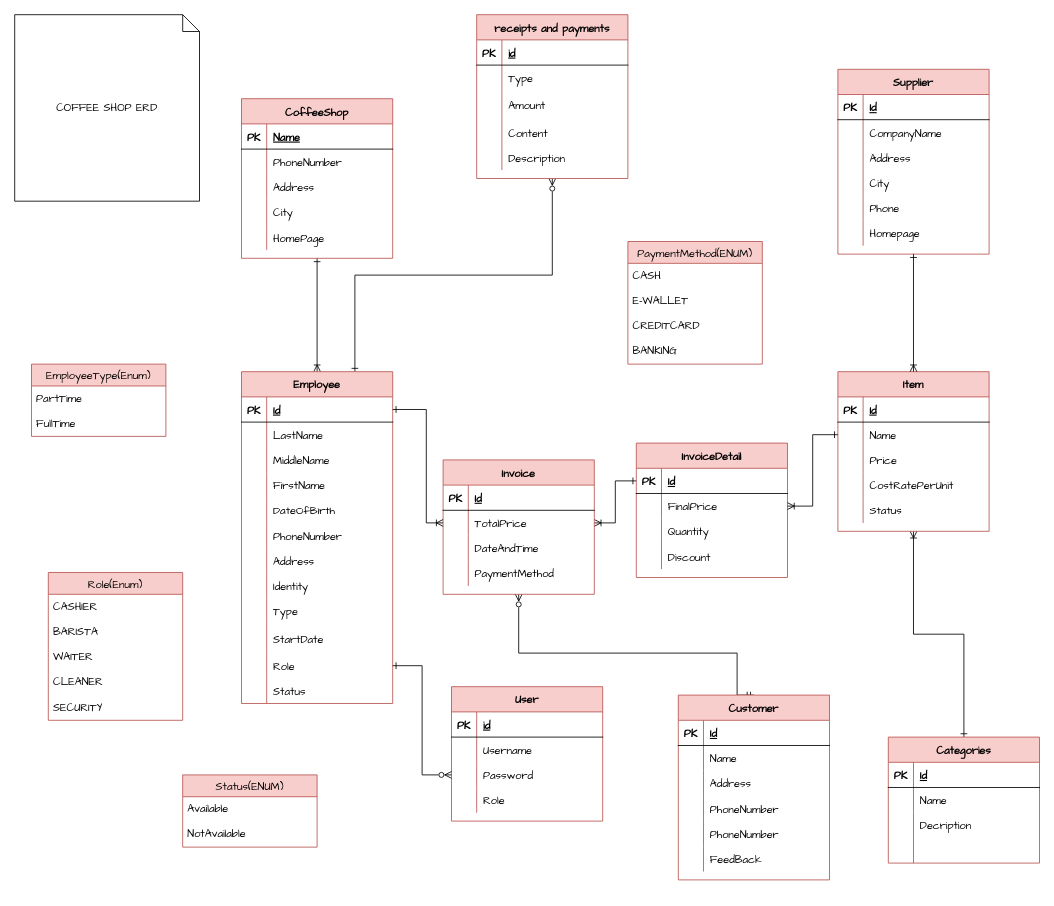
The draw.io diagram CoffeeShopERDFinal.drawio in nht8299/PersonalProject_CoffeeShopManegement, before the edit. Source tidied: cells renumbered, new cells numbered last; positions are measured from the earlier drawing's top-left corner, leaving out a move shared by most shapes. Both pictures are drawn from the tidied source at 84%, with x=0, y=0 at pixel (14, 14).
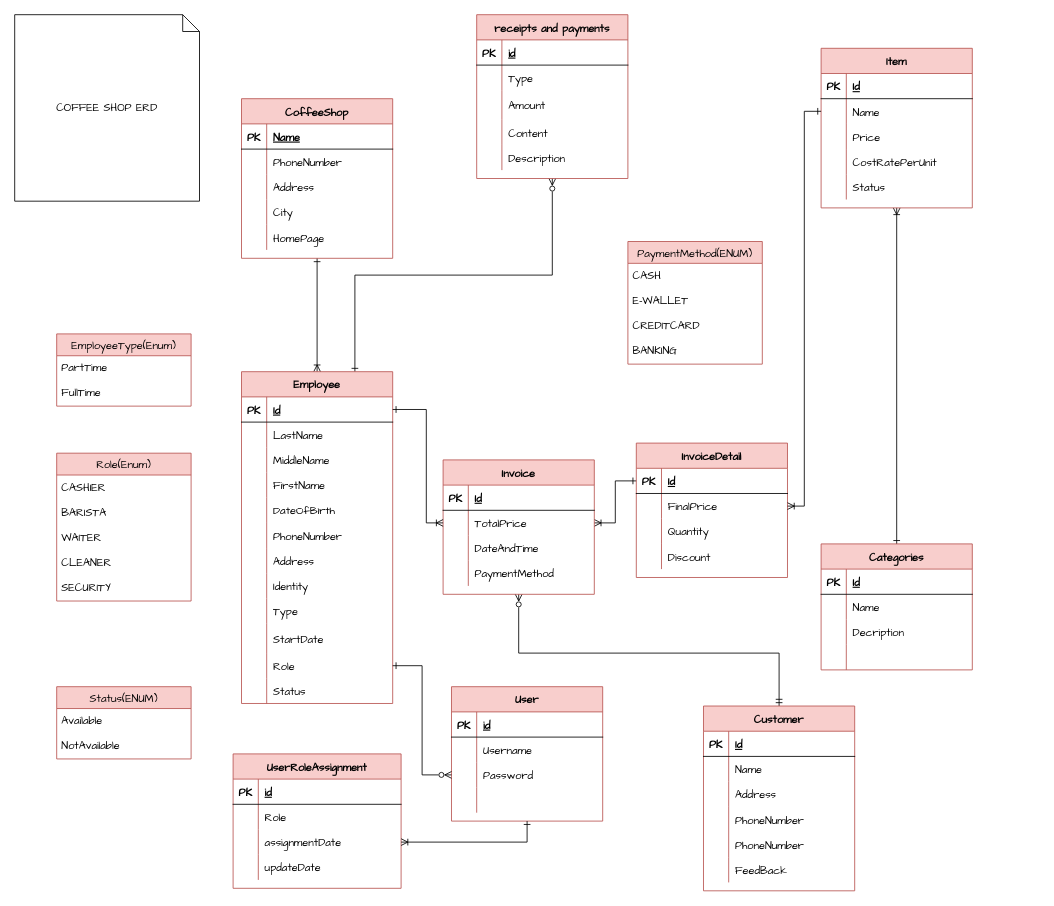
After the change.

Unchanged cells that the change refers to:
```xml
<mxCell id="95" value="Invoice" style="shape=table;startSize=30;childLayout=tableLayout;rowLines=0;fontStyle=1;align=center;fillColor=#f8cecc;strokeColor=#b85450;fontFamily=Comic Sans MS;fontSize=13;" parent="1" vertex="1">
  <mxGeometry x="510" y="530" width="180" height="160" as="geometry" />
</mxCell>
<mxCell id="191" value="User" style="shape=table;startSize=30;childLayout=tableLayout;rowLines=0;fontStyle=1;align=center;fillColor=#f8cecc;strokeColor=#b85450;fontFamily=Comic Sans MS;fontSize=13;" parent="1" vertex="1">
  <mxGeometry x="520" y="800" width="180" height="160" as="geometry" />
</mxCell>
<mxCell id="201" style="shape=tableRow;horizontal=0;startSize=0;swimlaneHead=0;swimlaneBody=0;fillColor=none;top=0;left=0;right=0;bottom=0;fontFamily=Comic Sans MS;fontSize=13;" parent="191" vertex="1">
  <mxGeometry y="120" width="180" height="30" as="geometry" />
</mxCell>
```

Change to the diagram source:
```diff
@@
     <mxCell id="57" style="edgeStyle=orthogonalEdgeStyle;rounded=0;jettySize=auto;html=1;entryX=0.5;entryY=1;entryDx=0;entryDy=0;endArrow=ERzeroToMany;endFill=0;startArrow=ERmandOne;startFill=0;exitX=0.5;exitY=0;exitDx=0;exitDy=0;fontFamily=Comic Sans MS;fontSize=13;" parent="1" edge="1" source="58" target="95">
       <mxGeometry relative="1" as="geometry">
         <Array as="points">
-          <mxPoint x="860" y="760" />
+          <mxPoint x="910" y="760" />
           <mxPoint x="600" y="760" />
         </Array>
       </mxGeometry>
     </mxCell>
     <mxCell id="58" value="Customer" style="shape=table;startSize=30;childLayout=tableLayout;rowLines=0;fontStyle=1;align=center;fillColor=#f8cecc;strokeColor=#b85450;fontFamily=Comic Sans MS;fontSize=13;" parent="1" vertex="1">
-      <mxGeometry x="790" y="810" width="180" height="220" as="geometry" />
+      <mxGeometry x="820" y="823" width="180" height="220" as="geometry" />
     </mxCell>
@@
     <mxCell id="78" value="Item" style="shape=table;startSize=30;childLayout=tableLayout;rowLines=0;fontStyle=1;align=center;fillColor=#f8cecc;strokeColor=#b85450;fontFamily=Comic Sans MS;fontSize=13;" parent="1" vertex="1">
-      <mxGeometry x="980" y="425" width="180" height="190" as="geometry" />
+      <mxGeometry x="960" y="40" width="180" height="190" as="geometry" />
     </mxCell>
@@
-    <mxCell id="108" value="Supplier" style="shape=table;startSize=30;childLayout=tableLayout;rowLines=0;fontStyle=1;align=center;fillColor=#f8cecc;strokeColor=#b85450;fontFamily=Comic Sans MS;fontSize=13;" parent="1" vertex="1">
-      <mxGeometry x="980" y="65" width="180" height="220" as="geometry" />
-    </mxCell>
-    <mxCell id="109" style="shape=tableRow;horizontal=0;startSize=0;swimlaneHead=0;swimlaneBody=0;fillColor=none;top=0;left=0;right=0;bottom=1;fontFamily=Comic Sans MS;fontSize=13;" parent="108" vertex="1">
-      <mxGeometry y="30" width="180" height="30" as="geometry" />
-    </mxCell>
-    <mxCell id="110" value="PK" style="shape=partialRectangle;fillColor=none;top=0;left=0;bottom=0;right=0;fontStyle=1;overflow=hidden;fontFamily=Comic Sans MS;fontSize=13;" parent="109" vertex="1">
-      <mxGeometry width="30" height="30" as="geometry" />
-    </mxCell>
-    <mxCell id="111" value="Id" style="shape=partialRectangle;fillColor=none;top=0;left=0;bottom=0;right=0;align=left;spacingLeft=6;fontStyle=5;overflow=hidden;fontFamily=Comic Sans MS;fontSize=13;" parent="109" vertex="1">
-      <mxGeometry x="30" width="150" height="30" as="geometry" />
-    </mxCell>
-    <mxCell id="112" style="shape=tableRow;horizontal=0;startSize=0;swimlaneHead=0;swimlaneBody=0;fillColor=none;top=0;left=0;right=0;bottom=0;fontFamily=Comic Sans MS;fontSize=13;" parent="108" vertex="1">
-      <mxGeometry y="60" width="180" height="30" as="geometry" />
-    </mxCell>
-    <mxCell id="113" style="shape=partialRectangle;fillColor=none;top=0;left=0;bottom=0;right=0;overflow=hidden;fontFamily=Comic Sans MS;fontSize=13;" parent="112" vertex="1">
-      <mxGeometry width="30" height="30" as="geometry" />
-    </mxCell>
-    <mxCell id="114" value="CompanyName" style="shape=partialRectangle;fillColor=none;top=0;left=0;bottom=0;right=0;align=left;spacingLeft=6;overflow=hidden;fontFamily=Comic Sans MS;fontSize=13;" parent="112" vertex="1">
-      <mxGeometry x="30" width="150" height="30" as="geometry" />
-    </mxCell>
-    <mxCell id="115" style="shape=tableRow;horizontal=0;startSize=0;swimlaneHead=0;swimlaneBody=0;fillColor=none;top=0;left=0;right=0;bottom=0;fontFamily=Comic Sans MS;fontSize=13;" parent="108" vertex="1">
-      <mxGeometry y="90" width="180" height="30" as="geometry" />
-    </mxCell>
-    <mxCell id="116" style="shape=partialRectangle;fillColor=none;top=0;left=0;bottom=0;right=0;overflow=hidden;fontFamily=Comic Sans MS;fontSize=13;" parent="115" vertex="1">
-      <mxGeometry width="30" height="30" as="geometry" />
-    </mxCell>
-    <mxCell id="117" value="Address" style="shape=partialRectangle;fillColor=none;top=0;left=0;bottom=0;right=0;align=left;spacingLeft=6;overflow=hidden;fontFamily=Comic Sans MS;fontSize=13;" parent="115" vertex="1">
-      <mxGeometry x="30" width="150" height="30" as="geometry" />
-    </mxCell>
-    <mxCell id="118" style="shape=tableRow;horizontal=0;startSize=0;swimlaneHead=0;swimlaneBody=0;fillColor=none;top=0;left=0;right=0;bottom=0;fontFamily=Comic Sans MS;fontSize=13;" parent="108" vertex="1">
-      <mxGeometry y="120" width="180" height="30" as="geometry" />
-    </mxCell>
-    <mxCell id="119" style="shape=partialRectangle;fillColor=none;top=0;left=0;bottom=0;right=0;overflow=hidden;fontFamily=Comic Sans MS;fontSize=13;" parent="118" vertex="1">
-      <mxGeometry width="30" height="30" as="geometry" />
-    </mxCell>
-    <mxCell id="120" value="City" style="shape=partialRectangle;fillColor=none;top=0;left=0;bottom=0;right=0;align=left;spacingLeft=6;overflow=hidden;fontFamily=Comic Sans MS;fontSize=13;" parent="118" vertex="1">
-      <mxGeometry x="30" width="150" height="30" as="geometry" />
-    </mxCell>
-    <mxCell id="121" style="shape=tableRow;horizontal=0;startSize=0;swimlaneHead=0;swimlaneBody=0;fillColor=none;top=0;left=0;right=0;bottom=0;fontFamily=Comic Sans MS;fontSize=13;" parent="108" vertex="1">
-      <mxGeometry y="150" width="180" height="30" as="geometry" />
-    </mxCell>
-    <mxCell id="122" style="shape=partialRectangle;fillColor=none;top=0;left=0;bottom=0;right=0;overflow=hidden;fontFamily=Comic Sans MS;fontSize=13;" parent="121" vertex="1">
-      <mxGeometry width="30" height="30" as="geometry" />
-    </mxCell>
-    <mxCell id="123" value="Phone" style="shape=partialRectangle;fillColor=none;top=0;left=0;bottom=0;right=0;align=left;spacingLeft=6;overflow=hidden;fontFamily=Comic Sans MS;fontSize=13;" parent="121" vertex="1">
-      <mxGeometry x="30" width="150" height="30" as="geometry" />
-    </mxCell>
-    <mxCell id="124" style="shape=tableRow;horizontal=0;startSize=0;swimlaneHead=0;swimlaneBody=0;fillColor=none;top=0;left=0;right=0;bottom=0;fontFamily=Comic Sans MS;fontSize=13;" parent="108" vertex="1">
-      <mxGeometry y="180" width="180" height="30" as="geometry" />
-    </mxCell>
-    <mxCell id="125" style="shape=partialRectangle;fillColor=none;top=0;left=0;bottom=0;right=0;overflow=hidden;fontFamily=Comic Sans MS;fontSize=13;" parent="124" vertex="1">
-      <mxGeometry width="30" height="30" as="geometry" />
-    </mxCell>
-    <mxCell id="126" value="Homepage" style="shape=partialRectangle;fillColor=none;top=0;left=0;bottom=0;right=0;align=left;spacingLeft=6;overflow=hidden;fontFamily=Comic Sans MS;fontSize=13;" parent="124" vertex="1">
-      <mxGeometry x="30" width="150" height="30" as="geometry" />
-    </mxCell>
-    <mxCell id="127" style="edgeStyle=orthogonalEdgeStyle;rounded=0;jettySize=auto;html=1;exitX=0.5;exitY=0;exitDx=0;exitDy=0;startArrow=ERoneToMany;startFill=0;endArrow=ERone;endFill=0;fontFamily=Comic Sans MS;fontSize=13;" parent="1" edge="1" source="78" target="108">
-      <mxGeometry relative="1" as="geometry" />
-    </mxCell>
@@
     <mxCell id="129" value="Role(Enum)" style="swimlane;fontStyle=0;horizontal=1;startSize=26;align=center;fontSize=13;fillColor=#f8cecc;strokeColor=#b85450;fontFamily=Comic Sans MS;" parent="1" vertex="1">
-      <mxGeometry x="40" y="664" width="160" height="176" as="geometry" />
+      <mxGeometry x="50" y="522" width="160" height="176" as="geometry" />
     </mxCell>
@@
     <mxCell id="149" value="Status(ENUM)" style="swimlane;fontStyle=0;horizontal=1;startSize=26;align=center;fontSize=13;fillColor=#f8cecc;strokeColor=#b85450;fontFamily=Comic Sans MS;" parent="1" vertex="1">
-      <mxGeometry x="200" y="905" width="160" height="86" as="geometry" />
+      <mxGeometry x="50" y="800" width="160" height="86" as="geometry" />
     </mxCell>
@@
     <mxCell id="152" value="EmployeeType(Enum)" style="swimlane;fontStyle=0;horizontal=1;startSize=26;align=center;fontSize=13;fillColor=#f8cecc;strokeColor=#b85450;fontFamily=Comic Sans MS;" parent="1" vertex="1">
-      <mxGeometry x="20" y="416" width="160" height="86" as="geometry" />
+      <mxGeometry x="50" y="380" width="160" height="86" as="geometry" />
     </mxCell>
@@
     <mxCell id="156" value="Categories" style="shape=table;startSize=30;childLayout=tableLayout;rowLines=0;fontStyle=1;align=center;fillColor=#f8cecc;strokeColor=#b85450;fontFamily=Comic Sans MS;fontSize=13;" parent="1" vertex="1">
-      <mxGeometry x="1040" y="860" width="180" height="150" as="geometry" />
+      <mxGeometry x="960" y="630" width="180" height="150" as="geometry" />
     </mxCell>
@@
-    <mxCell id="203" value="Role" style="shape=partialRectangle;fillColor=none;top=0;left=0;bottom=0;right=0;align=left;spacingLeft=6;overflow=hidden;fontFamily=Comic Sans MS;fontSize=13;" parent="201" vertex="1">
+    <mxCell id="203" style="shape=partialRectangle;fillColor=none;top=0;left=0;bottom=0;right=0;align=left;spacingLeft=6;overflow=hidden;fontFamily=Comic Sans MS;fontSize=13;" parent="201" vertex="1">
       <mxGeometry x="30" width="150" height="30" as="geometry" />
     </mxCell>
@@
+    <mxCell id="205" value="UserRoleAssignment" style="shape=table;startSize=30;childLayout=tableLayout;rowLines=0;fontStyle=1;align=center;fillColor=#f8cecc;strokeColor=#b85450;fontFamily=Comic Sans MS;fontSize=13;" parent="1" vertex="1">
+      <mxGeometry x="260" y="880" width="200" height="160" as="geometry" />
+    </mxCell>
+    <mxCell id="206" style="shape=tableRow;horizontal=0;startSize=0;swimlaneHead=0;swimlaneBody=0;fillColor=none;top=0;left=0;right=0;bottom=1;fontFamily=Comic Sans MS;fontSize=13;" parent="205" vertex="1">
+      <mxGeometry y="30" width="200" height="30" as="geometry" />
+    </mxCell>
+    <mxCell id="110" value="PK" style="shape=partialRectangle;fillColor=none;top=0;left=0;bottom=0;right=0;fontStyle=1;overflow=hidden;fontFamily=Comic Sans MS;fontSize=13;" parent="206" vertex="1">
+      <mxGeometry width="30" height="30" as="geometry" />
+    </mxCell>
+    <mxCell id="207" value="id" style="shape=partialRectangle;fillColor=none;top=0;left=0;bottom=0;right=0;align=left;spacingLeft=6;fontStyle=5;overflow=hidden;fontFamily=Comic Sans MS;fontSize=13;" parent="206" vertex="1">
+      <mxGeometry x="30" width="170" height="30" as="geometry" />
+    </mxCell>
+    <mxCell id="208" style="shape=tableRow;horizontal=0;startSize=0;swimlaneHead=0;swimlaneBody=0;fillColor=none;top=0;left=0;right=0;bottom=0;fontFamily=Comic Sans MS;fontSize=13;" parent="205" vertex="1">
+      <mxGeometry y="60" width="200" height="30" as="geometry" />
+    </mxCell>
+    <mxCell id="209" style="shape=partialRectangle;fillColor=none;top=0;left=0;bottom=0;right=0;overflow=hidden;fontFamily=Comic Sans MS;fontSize=13;" parent="208" vertex="1">
+      <mxGeometry width="30" height="30" as="geometry" />
+    </mxCell>
+    <mxCell id="210" value="Role" style="shape=partialRectangle;fillColor=none;top=0;left=0;bottom=0;right=0;align=left;spacingLeft=6;overflow=hidden;fontFamily=Comic Sans MS;fontSize=13;" parent="208" vertex="1">
+      <mxGeometry x="30" width="170" height="30" as="geometry" />
+    </mxCell>
+    <mxCell id="211" style="shape=tableRow;horizontal=0;startSize=0;swimlaneHead=0;swimlaneBody=0;fillColor=none;points=[[0,0.5],[1,0.5]];portConstraint=eastwest;top=0;left=0;right=0;bottom=0;fontFamily=Comic Sans MS;fontSize=13;" parent="205" vertex="1">
+      <mxGeometry y="90" width="200" height="30" as="geometry" />
+    </mxCell>
+    <mxCell id="212" style="shape=partialRectangle;fillColor=none;top=0;left=0;bottom=0;right=0;overflow=hidden;fontFamily=Comic Sans MS;fontSize=13;" parent="211" vertex="1">
+      <mxGeometry width="30" height="30" as="geometry" />
+    </mxCell>
+    <mxCell id="213" value="assignmentDate" style="shape=partialRectangle;fillColor=none;top=0;left=0;bottom=0;right=0;align=left;spacingLeft=6;overflow=hidden;fontFamily=Comic Sans MS;fontSize=13;" parent="211" vertex="1">
+      <mxGeometry x="30" width="170" height="30" as="geometry" />
+    </mxCell>
+    <mxCell id="214" style="shape=tableRow;horizontal=0;startSize=0;swimlaneHead=0;swimlaneBody=0;fillColor=none;top=0;left=0;right=0;bottom=0;fontFamily=Comic Sans MS;fontSize=13;" parent="205" vertex="1">
+      <mxGeometry y="120" width="200" height="30" as="geometry" />
+    </mxCell>
+    <mxCell id="215" style="shape=partialRectangle;fillColor=none;top=0;left=0;bottom=0;right=0;overflow=hidden;fontFamily=Comic Sans MS;fontSize=13;" parent="214" vertex="1">
+      <mxGeometry width="30" height="30" as="geometry" />
+    </mxCell>
+    <mxCell id="216" value="updateDate" style="shape=partialRectangle;fillColor=none;top=0;left=0;bottom=0;right=0;align=left;spacingLeft=6;overflow=hidden;fontFamily=Comic Sans MS;fontSize=13;" parent="214" vertex="1">
+      <mxGeometry x="30" width="170" height="30" as="geometry" />
+    </mxCell>
+    <mxCell id="217" style="edgeStyle=orthogonalEdgeStyle;rounded=0;jettySize=auto;html=1;exitX=1;exitY=0.5;exitDx=0;exitDy=0;entryX=0.5;entryY=1;entryDx=0;entryDy=0;startArrow=ERoneToMany;startFill=0;endArrow=ERone;endFill=0;" parent="1" edge="1" source="211" target="191">
+      <mxGeometry relative="1" as="geometry" />
+    </mxCell>
```
